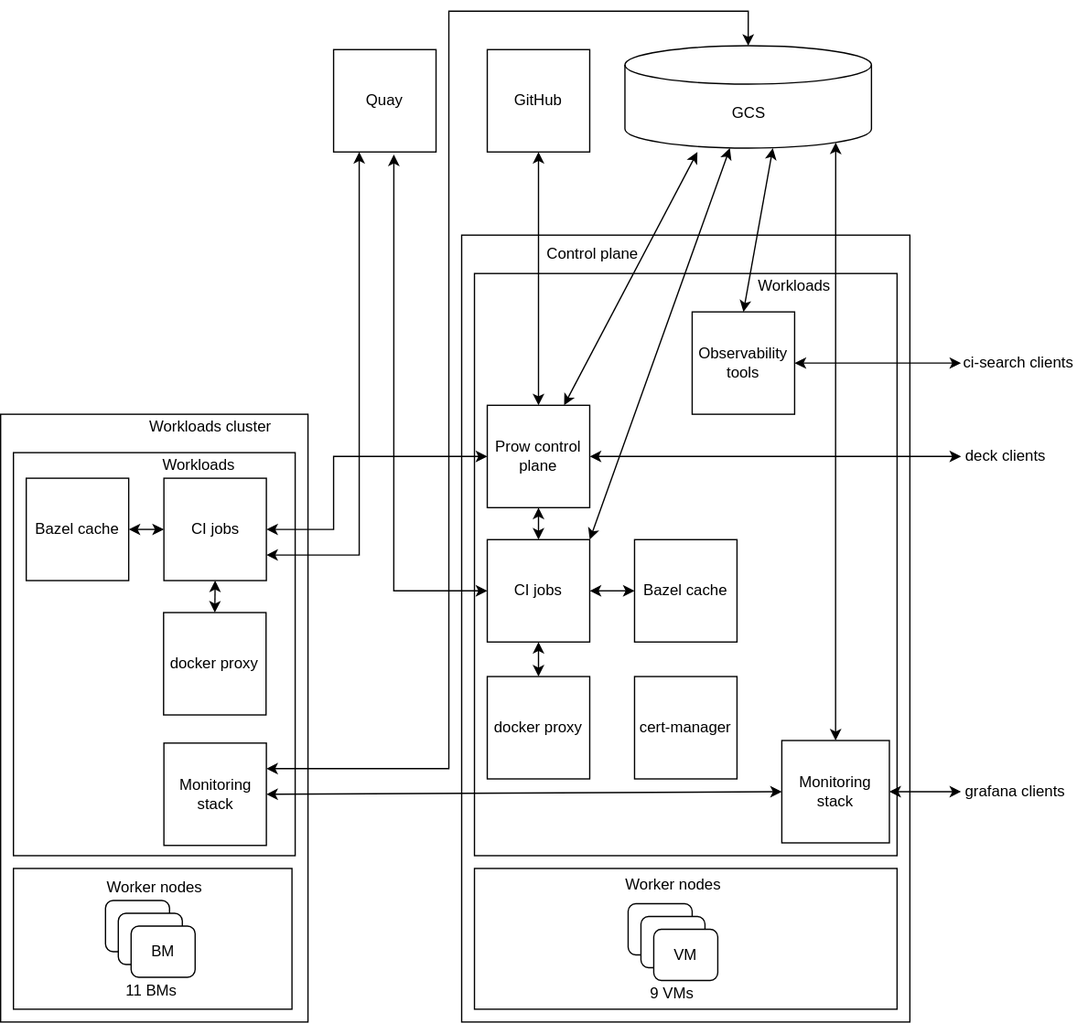
The draw.io diagram docs/infra-layout.svg in kubevirt/project-infra, before a commit. Source tidied: cells renumbered, new cells last; positions are measured from the earlier drawing's top-left corner, leaving out a move shared by most shapes.
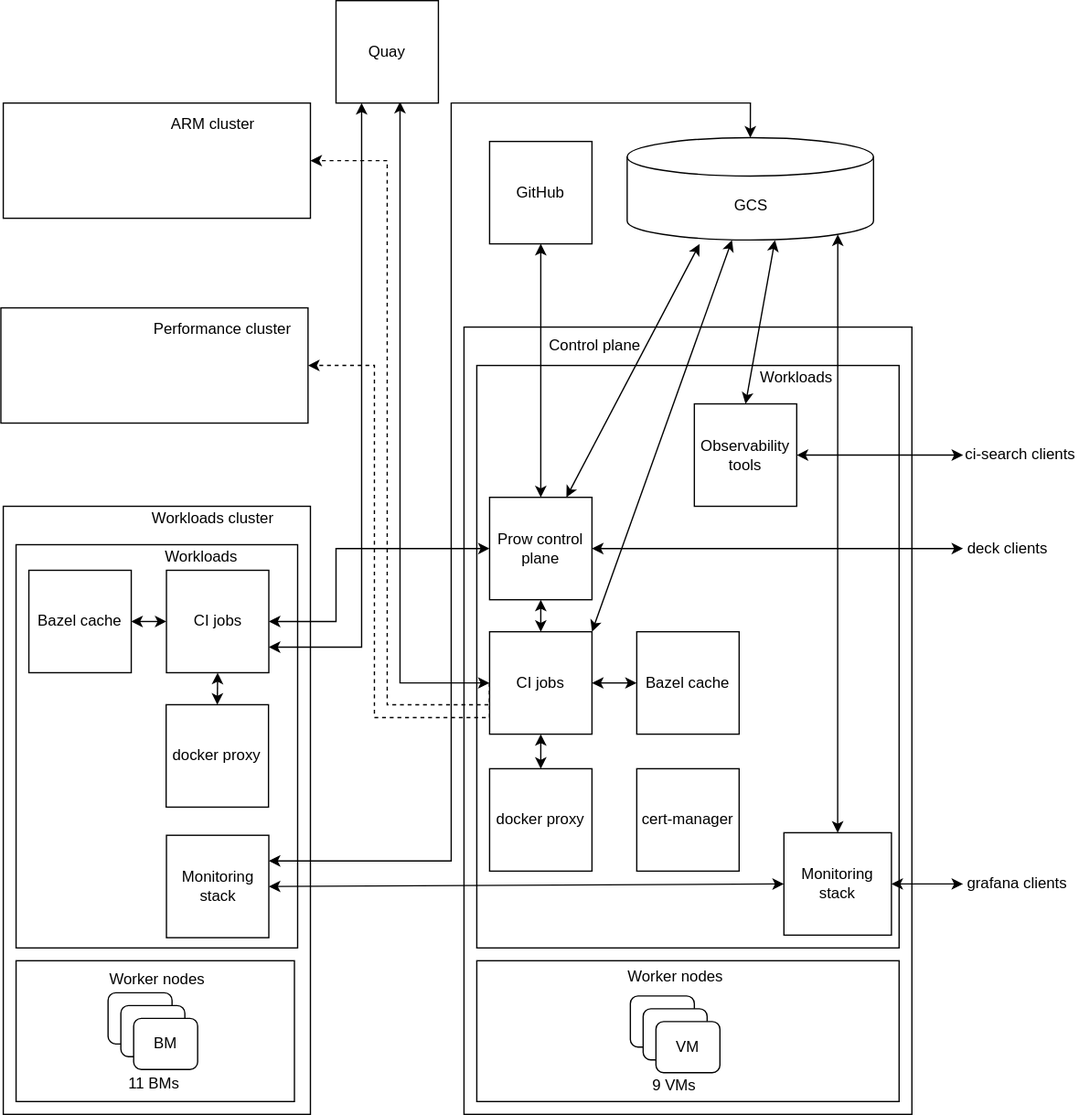
The same file after the commit.

Commit message:
Updated infra docs to include external clusters

The edit, as a diff of the source:
```diff
@@ -41,12 +41,30 @@
     <mxCell id="14" style="edgeStyle=none;rounded=0;jettySize=auto;html=1;exitX=0.5;exitY=1;exitDx=0;exitDy=0;startArrow=classic;startFill=1;" parent="1" edge="1" source="17" target="53">
       <mxGeometry relative="1" as="geometry" />
     </mxCell>
-    <mxCell id="15" style="edgeStyle=orthogonalEdgeStyle;rounded=0;jettySize=auto;html=1;exitX=0;exitY=0.5;exitDx=0;exitDy=0;entryX=0.588;entryY=1.025;entryDx=0;entryDy=0;entryPerimeter=0;startArrow=classic;startFill=1;" parent="1" edge="1" source="17" target="56">
+    <mxCell id="15" style="edgeStyle=orthogonalEdgeStyle;rounded=0;jettySize=auto;html=1;exitX=0;exitY=0.5;exitDx=0;exitDy=0;entryX=0.625;entryY=0.988;entryDx=0;entryDy=0;entryPerimeter=0;startArrow=classic;startFill=1;" parent="1" edge="1" source="17" target="56">
       <mxGeometry relative="1" as="geometry" />
     </mxCell>
     <mxCell id="16" style="edgeStyle=none;rounded=0;jettySize=auto;html=1;exitX=1;exitY=0;exitDx=0;exitDy=0;startArrow=classic;startFill=1;" parent="1" edge="1" source="17" target="41">
       <mxGeometry relative="1" as="geometry" />
     </mxCell>
+    <mxCell id="57" style="edgeStyle=orthogonalEdgeStyle;rounded=0;jettySize=auto;html=1;exitX=0;exitY=0.5;exitDx=0;exitDy=0;entryX=1;entryY=0.5;entryDx=0;entryDy=0;dashed=1;" parent="1" edge="1" source="17" target="61">
+      <mxGeometry relative="1" as="geometry">
+        <Array as="points">
+          <mxPoint x="380" y="480" />
+          <mxPoint x="290" y="480" />
+          <mxPoint x="290" y="205" />
+        </Array>
+      </mxGeometry>
+    </mxCell>
+    <mxCell id="58" style="edgeStyle=orthogonalEdgeStyle;rounded=0;jettySize=auto;html=1;exitX=0;exitY=0.5;exitDx=0;exitDy=0;entryX=1;entryY=0.5;entryDx=0;entryDy=0;dashed=1;" parent="1" edge="1" source="17" target="59">
+      <mxGeometry relative="1" as="geometry">
+        <Array as="points">
+          <mxPoint x="380" y="470" />
+          <mxPoint x="300" y="470" />
+          <mxPoint x="300" y="45" />
+        </Array>
+      </mxGeometry>
+    </mxCell>
     <mxCell id="17" value="CI jobs" style="whiteSpace=wrap;html=1;" parent="1" vertex="1">
       <mxGeometry x="380" y="413" width="80" height="80" as="geometry" />
     </mxCell>
@@ -176,7 +194,19 @@
       <mxGeometry x="495" y="520" width="80" height="80" as="geometry" />
     </mxCell>
     <mxCell id="56" value="Quay" style="whiteSpace=wrap;html=1;" parent="1" vertex="1">
-      <mxGeometry x="260" y="30" width="80" height="80" as="geometry" />
+      <mxGeometry x="260" y="-80" width="80" height="80" as="geometry" />
     </mxCell>
+    <mxCell id="59" style="rounded=0;whiteSpace=wrap;html=1;" parent="1" vertex="1">
+      <mxGeometry width="240" height="90" as="geometry" />
+    </mxCell>
+    <mxCell id="60" value="ARM cluster" style="text;html=1;strokeColor=none;fillColor=none;align=center;verticalAlign=middle;whiteSpace=wrap;rounded=0;" parent="1" vertex="1">
+      <mxGeometry x="115" y="7" width="97.5" height="20" as="geometry" />
+    </mxCell>
+    <mxCell id="61" style="rounded=0;whiteSpace=wrap;html=1;" parent="1" vertex="1">
+      <mxGeometry x="-1.9" y="160" width="240" height="90" as="geometry" />
+    </mxCell>
+    <mxCell id="62" value="Performance cluster" style="text;html=1;strokeColor=none;fillColor=none;align=center;verticalAlign=middle;whiteSpace=wrap;rounded=0;" parent="1" vertex="1">
+      <mxGeometry x="113.1" y="167" width="116.9" height="20" as="geometry" />
+    </mxCell>
   </root>
 </mxGraphModel>
```
